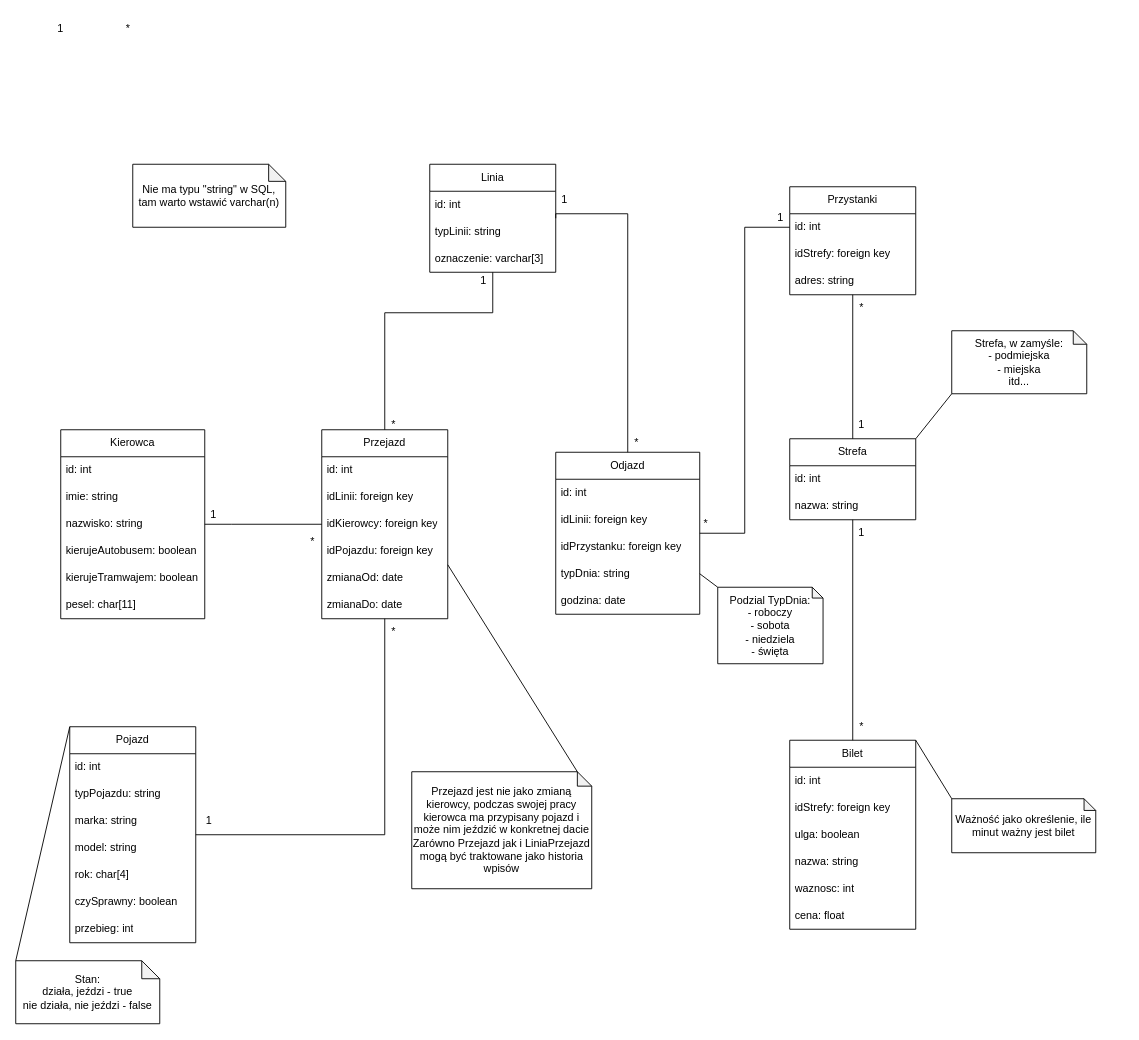
Earlier version of the draw.io diagram TableDiagram.drawio (Pietrzaaq/bus-base). Source tidied: cells renumbered, new cells numbered last; positions are measured from the earlier drawing's top-left corner, leaving out a move shared by most shapes. Both pictures are drawn from the tidied source at 90%, with x=0, y=0 at pixel (15, 15).
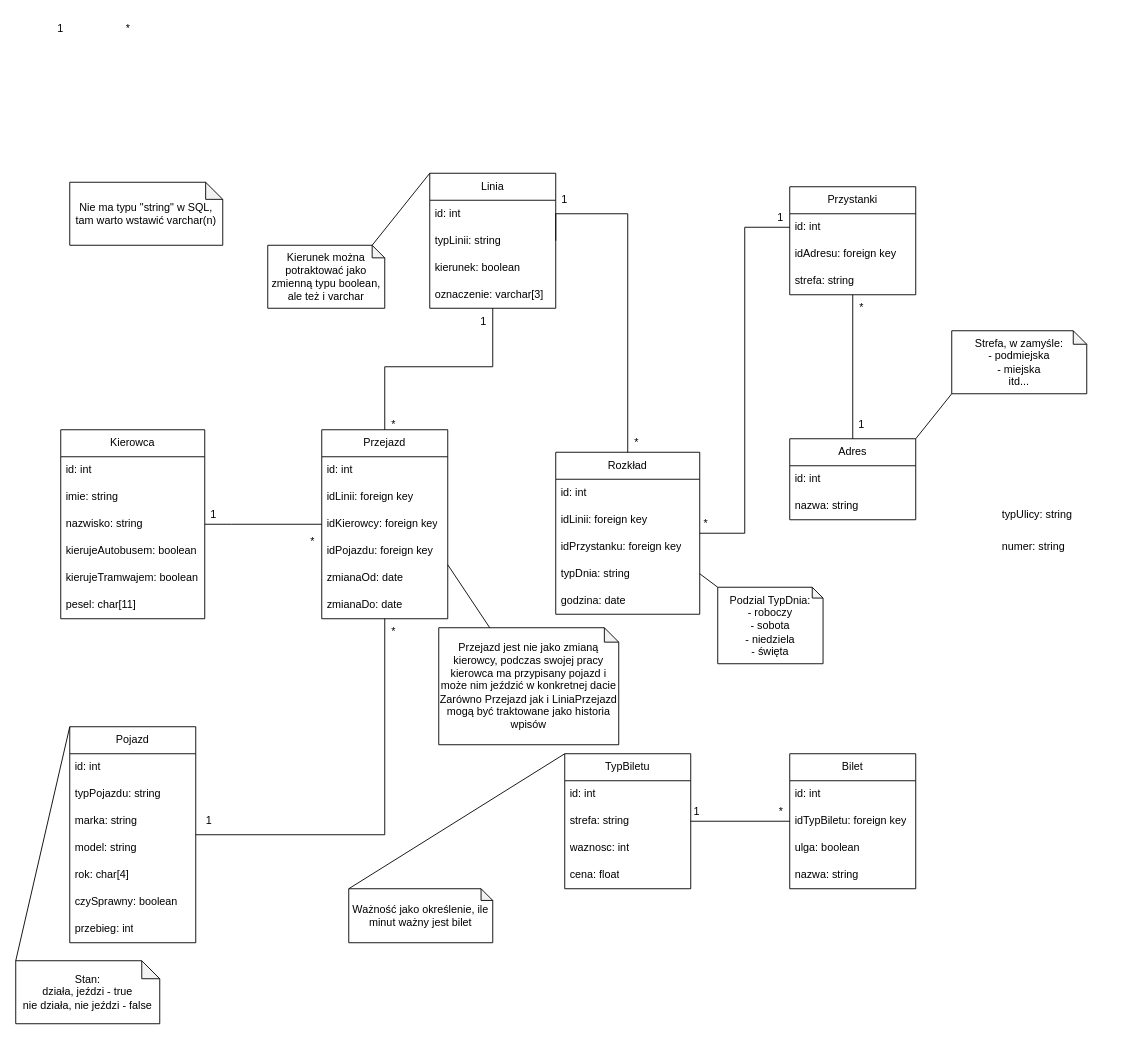
The same diagram, later.

Commit message:
Table diagram after suggestions

The change refers to these unchanged cells:
```xml
<mxCell id="9" value="Przystanki" style="swimlane;fontStyle=0;horizontal=1;startSize=30;whiteSpace=wrap;html=1;" parent="1" vertex="1">
  <mxGeometry x="860" y="190" width="140" height="120" as="geometry" />
</mxCell>
<mxCell id="43" value="Przejazd" style="swimlane;fontStyle=0;horizontal=1;startSize=30;whiteSpace=wrap;html=1;" parent="1" vertex="1">
  <mxGeometry x="340" y="460" width="140" height="210" as="geometry" />
</mxCell>
```

What changed in the source:
```diff
@@
     <mxCell id="2" value="Linia" style="swimlane;fontStyle=0;horizontal=1;startSize=30;whiteSpace=wrap;html=1;" parent="1" vertex="1">
-      <mxGeometry x="460" y="165" width="140" height="120" as="geometry" />
+      <mxGeometry x="460" y="175" width="140" height="150" as="geometry" />
     </mxCell>
@@
+    <mxCell id="82" value="kierunek: boolean" style="text;strokeColor=none;fillColor=none;align=left;verticalAlign=middle;spacingLeft=4;spacingRight=4;overflow=hidden;whiteSpace=wrap;html=1;" parent="2" vertex="1">
+      <mxGeometry y="90" width="140" height="30" as="geometry" />
+    </mxCell>
     <mxCell id="5" value="oznaczenie: varchar[3]" style="text;strokeColor=none;fillColor=none;align=left;verticalAlign=middle;spacingLeft=4;spacingRight=4;overflow=hidden;whiteSpace=wrap;html=1;" parent="2" vertex="1">
-      <mxGeometry y="90" width="140" height="30" as="geometry" />
+      <mxGeometry y="120" width="140" height="30" as="geometry" />
     </mxCell>
     <mxCell id="6" value="Nie ma typu &quot;string&quot; w SQL, tam warto wstawić varchar(n)" style="shape=note;whiteSpace=wrap;html=1;backgroundOutline=1;darkOpacity=0.05;size=19;" parent="1" vertex="1">
-      <mxGeometry x="130" y="165" width="170" height="70" as="geometry" />
+      <mxGeometry x="60" y="185" width="170" height="70" as="geometry" />
     </mxCell>
@@
+    <mxCell id="83" value="idAdresu: foreign key" style="text;strokeColor=none;fillColor=none;align=left;verticalAlign=middle;spacingLeft=4;spacingRight=4;overflow=hidden;whiteSpace=wrap;html=1;" parent="9" vertex="1">
+      <mxGeometry y="60" width="140" height="30" as="geometry" />
+    </mxCell>
-    <mxCell id="11" value="idStrefy: foreign key" style="text;strokeColor=none;fillColor=none;align=left;verticalAlign=middle;spacingLeft=4;spacingRight=4;overflow=hidden;whiteSpace=wrap;html=1;" parent="9" vertex="1">
-      <mxGeometry y="60" width="140" height="30" as="geometry" />
+    <mxCell id="11" value="strefa: string" style="text;strokeColor=none;fillColor=none;align=left;verticalAlign=middle;spacingLeft=4;spacingRight=4;overflow=hidden;whiteSpace=wrap;html=1;" parent="9" vertex="1">
+      <mxGeometry y="90" width="140" height="30" as="geometry" />
     </mxCell>
-    <mxCell id="12" value="adres: string" style="text;strokeColor=none;fillColor=none;align=left;verticalAlign=middle;spacingLeft=4;spacingRight=4;overflow=hidden;whiteSpace=wrap;html=1;" parent="9" vertex="1">
-      <mxGeometry y="90" width="140" height="30" as="geometry" />
-    </mxCell>
-    <mxCell id="13" value="Strefa" style="swimlane;fontStyle=0;horizontal=1;startSize=30;whiteSpace=wrap;html=1;" parent="1" vertex="1">
+    <mxCell id="13" value="Adres" style="swimlane;fontStyle=0;horizontal=1;startSize=30;whiteSpace=wrap;html=1;" parent="1" vertex="1">
       <mxGeometry x="860" y="470" width="140" height="90" as="geometry" />
     </mxCell>
@@
     <mxCell id="19" value="Bilet" style="swimlane;fontStyle=0;horizontal=1;startSize=30;whiteSpace=wrap;html=1;" parent="1" vertex="1">
-      <mxGeometry x="860" y="805" width="140" height="210" as="geometry" />
+      <mxGeometry x="860" y="820" width="140" height="150" as="geometry" />
     </mxCell>
@@
-    <mxCell id="21" value="idStrefy: foreign key" style="text;strokeColor=none;fillColor=none;align=left;verticalAlign=middle;spacingLeft=4;spacingRight=4;overflow=hidden;whiteSpace=wrap;html=1;" parent="19" vertex="1">
+    <mxCell id="21" value="idTypBiletu: foreign key" style="text;strokeColor=none;fillColor=none;align=left;verticalAlign=middle;spacingLeft=4;spacingRight=4;overflow=hidden;whiteSpace=wrap;html=1;" parent="19" vertex="1">
       <mxGeometry y="60" width="140" height="30" as="geometry" />
     </mxCell>
@@
-    <mxCell id="24" value="waznosc: int" style="text;strokeColor=none;fillColor=none;align=left;verticalAlign=middle;spacingLeft=4;spacingRight=4;overflow=hidden;whiteSpace=wrap;html=1;" parent="19" vertex="1">
-      <mxGeometry y="150" width="140" height="30" as="geometry" />
-    </mxCell>
-    <mxCell id="25" value="cena: float" style="text;strokeColor=none;fillColor=none;align=left;verticalAlign=middle;spacingLeft=4;spacingRight=4;overflow=hidden;whiteSpace=wrap;html=1;" parent="19" vertex="1">
-      <mxGeometry y="180" width="140" height="30" as="geometry" />
-    </mxCell>
-    <mxCell id="26" style="edgeStyle=orthogonalEdgeStyle;rounded=0;jettySize=auto;html=1;endArrow=none;endFill=0;exitX=0.5;exitY=0;exitDx=0;exitDy=0;entryX=0.5;entryY=1;entryDx=0;entryDy=0;" parent="1" edge="1" source="19" target="13">
-      <mxGeometry relative="1" as="geometry" />
+    <mxCell id="26" style="edgeStyle=orthogonalEdgeStyle;rounded=0;jettySize=auto;html=1;endArrow=none;endFill=0;entryX=1;entryY=0.5;entryDx=0;entryDy=0;" parent="1" edge="1" target="90">
+      <mxGeometry relative="1" as="geometry">
+        <mxPoint x="860" y="895" as="sourcePoint" />
+        <Array as="points">
+          <mxPoint x="860" y="895" />
+        </Array>
+      </mxGeometry>
     </mxCell>
@@
-    <mxCell id="50" value="Odjazd" style="swimlane;fontStyle=0;horizontal=1;startSize=30;whiteSpace=wrap;html=1;" parent="1" vertex="1">
+    <mxCell id="50" value="Rozkład" style="swimlane;fontStyle=0;horizontal=1;startSize=30;whiteSpace=wrap;html=1;" parent="1" vertex="1">
       <mxGeometry x="600" y="485" width="160" height="180" as="geometry" />
     </mxCell>
@@
     <mxCell id="60" style="edgeStyle=orthogonalEdgeStyle;rounded=0;jettySize=auto;html=1;endArrow=none;endFill=0;exitX=0.5;exitY=1;exitDx=0;exitDy=0;entryX=0.5;entryY=0;entryDx=0;entryDy=0;" parent="1" edge="1" source="2" target="43">
       <mxGeometry relative="1" as="geometry">
         <Array as="points">
-          <mxPoint x="530" y="330" />
-          <mxPoint x="410" y="330" />
+          <mxPoint x="530" y="390" />
+          <mxPoint x="410" y="390" />
         </Array>
       </mxGeometry>
     </mxCell>
@@
     <mxCell id="62" value="1" style="text;html=1;strokeColor=none;fillColor=none;align=center;verticalAlign=middle;whiteSpace=wrap;rounded=0;" parent="1" vertex="1">
-      <mxGeometry x="490" y="280" width="60" height="30" as="geometry" />
+      <mxGeometry x="510" y="325" width="20" height="30" as="geometry" />
     </mxCell>
@@
     <mxCell id="69" value="*" style="text;html=1;strokeColor=none;fillColor=none;align=center;verticalAlign=middle;whiteSpace=wrap;rounded=0;" parent="1" vertex="1">
-      <mxGeometry x="910" y="775" width="60" height="30" as="geometry" />
+      <mxGeometry x="835.8" y="870" width="28.5" height="30" as="geometry" />
     </mxCell>
     <mxCell id="70" value="1" style="text;html=1;strokeColor=none;fillColor=none;align=center;verticalAlign=middle;whiteSpace=wrap;rounded=0;" parent="1" vertex="1">
-      <mxGeometry x="910" y="560" width="60" height="30" as="geometry" />
+      <mxGeometry x="727" y="870" width="60" height="30" as="geometry" />
     </mxCell>
@@
     <mxCell id="74" value="Przejazd jest nie jako zmianą kierowcy, podczas swojej pracy kierowca ma przypisany pojazd i może nim jeździć w konkretnej dacie&lt;br&gt;Zarówno Przejazd jak i LiniaPrzejazd mogą być traktowane jako historia wpisów" style="shape=note;whiteSpace=wrap;html=1;backgroundOutline=1;darkOpacity=0.05;size=16;" parent="1" vertex="1">
-      <mxGeometry x="440" y="840" width="200" height="130" as="geometry" />
+      <mxGeometry x="470" y="680" width="200" height="130" as="geometry" />
     </mxCell>
-    <mxCell id="75" style="endArrow=none;html=1;rounded=0;exitX=0;exitY=0;exitDx=184;exitDy=0;exitPerimeter=0;" parent="1" edge="1" source="74">
+    <mxCell id="75" style="endArrow=none;html=1;rounded=0;" parent="1" edge="1" source="74">
       <mxGeometry relative="1" as="geometry">
         <mxPoint x="480" y="610" as="targetPoint" />
       </mxGeometry>
     </mxCell>
@@
     <mxCell id="80" value="Ważność jako określenie, ile minut ważny jest bilet" style="shape=note;whiteSpace=wrap;html=1;backgroundOutline=1;darkOpacity=0.05;size=13;" parent="1" vertex="1">
-      <mxGeometry x="1040" y="870" width="160" height="60" as="geometry" />
+      <mxGeometry x="370" y="970" width="160" height="60" as="geometry" />
     </mxCell>
-    <mxCell id="81" style="endArrow=none;html=1;rounded=0;entryX=1;entryY=0;entryDx=0;entryDy=0;exitX=0;exitY=0;exitDx=0;exitDy=0;exitPerimeter=0;" parent="1" edge="1" source="80" target="19">
+    <mxCell id="81" style="endArrow=none;html=1;rounded=0;exitX=0;exitY=0;exitDx=0;exitDy=0;exitPerimeter=0;entryX=0;entryY=0;entryDx=0;entryDy=0;" parent="1" edge="1" source="80" target="88">
       <mxGeometry relative="1" as="geometry" />
     </mxCell>
+    <mxCell id="84" value="Kierunek można potraktować jako zmienną typu boolean, ale też i varchar" style="shape=note;whiteSpace=wrap;html=1;backgroundOutline=1;darkOpacity=0.05;size=14;" parent="1" vertex="1">
+      <mxGeometry x="280" y="255" width="130" height="70" as="geometry" />
+    </mxCell>
+    <mxCell id="85" style="endArrow=none;html=1;rounded=0;entryX=0;entryY=0;entryDx=116;entryDy=0;entryPerimeter=0;exitX=0;exitY=0;exitDx=0;exitDy=0;" parent="1" edge="1" source="2" target="84">
+      <mxGeometry relative="1" as="geometry" />
+    </mxCell>
+    <mxCell id="86" value="numer: string" style="text;strokeColor=none;fillColor=none;align=left;verticalAlign=middle;spacingLeft=4;spacingRight=4;overflow=hidden;whiteSpace=wrap;html=1;" parent="1" vertex="1">
+      <mxGeometry x="1090" y="575" width="140" height="30" as="geometry" />
+    </mxCell>
+    <mxCell id="87" value="typUlicy: string" style="text;strokeColor=none;fillColor=none;align=left;verticalAlign=middle;spacingLeft=4;spacingRight=4;overflow=hidden;whiteSpace=wrap;html=1;" parent="1" vertex="1">
+      <mxGeometry x="1090" y="540" width="140" height="30" as="geometry" />
+    </mxCell>
+    <mxCell id="88" value="TypBiletu" style="swimlane;fontStyle=0;horizontal=1;startSize=30;whiteSpace=wrap;html=1;" parent="1" vertex="1">
+      <mxGeometry x="610" y="820" width="140" height="150" as="geometry" />
+    </mxCell>
+    <mxCell id="89" value="id: int" style="text;strokeColor=none;fillColor=none;align=left;verticalAlign=middle;spacingLeft=4;spacingRight=4;overflow=hidden;whiteSpace=wrap;html=1;" parent="88" vertex="1">
+      <mxGeometry y="30" width="140" height="30" as="geometry" />
+    </mxCell>
+    <mxCell id="90" value="strefa: string" style="text;strokeColor=none;fillColor=none;align=left;verticalAlign=middle;spacingLeft=4;spacingRight=4;overflow=hidden;points=[[0,0.5],[1,0.5]];portConstraint=eastwest;whiteSpace=wrap;html=1;" parent="88" vertex="1">
+      <mxGeometry y="60" width="140" height="30" as="geometry" />
+    </mxCell>
+    <mxCell id="24" value="waznosc: int" style="text;strokeColor=none;fillColor=none;align=left;verticalAlign=middle;spacingLeft=4;spacingRight=4;overflow=hidden;whiteSpace=wrap;html=1;" parent="88" vertex="1">
+      <mxGeometry y="90" width="140" height="30" as="geometry" />
+    </mxCell>
+    <mxCell id="25" value="cena: float" style="text;strokeColor=none;fillColor=none;align=left;verticalAlign=middle;spacingLeft=4;spacingRight=4;overflow=hidden;whiteSpace=wrap;html=1;" parent="88" vertex="1">
+      <mxGeometry y="120" width="140" height="30" as="geometry" />
+    </mxCell>
```
